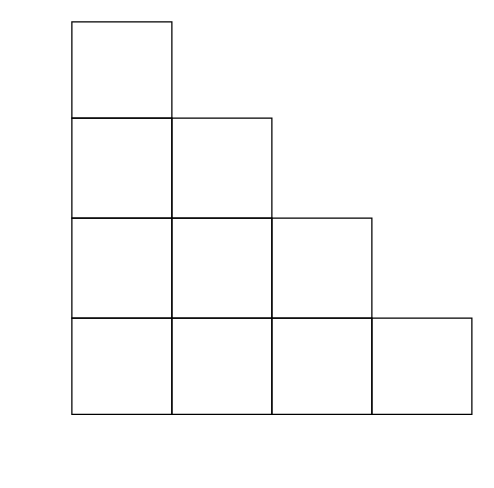
This is matchmaker.drawio from devxpy/draw.io, a draw.io file, before an edit. Source tidied: cells renumbered, new cells numbered last; positions are measured from the earlier drawing's top-left corner, leaving out a move shared by most shapes. Both pictures are drawn from the tidied source at 125%, with x=0, y=0 at pixel (71, 21).
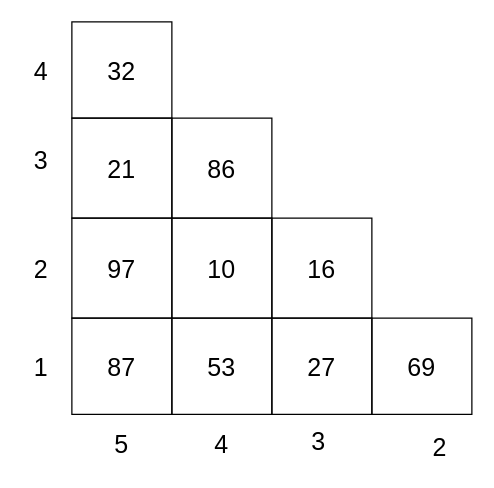
The same page after the edit.

The edit, as a diff of the source:
```diff
@@
 <mxGraphModel>
   <root>
     <mxCell id="0" />
     <mxCell id="1" parent="0" />
-    <mxCell id="2" style="whiteSpace=wrap;html=1;fillColor=none;" parent="1" vertex="1">
+    <mxCell id="2" value="97" style="whiteSpace=wrap;html=1;fillColor=none;fontSize=20;" parent="1" vertex="1">
       <mxGeometry y="157" width="80" height="80" as="geometry" />
     </mxCell>
-    <mxCell id="3" style="whiteSpace=wrap;html=1;fillColor=none;" parent="1" vertex="1">
+    <mxCell id="3" value="21" style="whiteSpace=wrap;html=1;fillColor=none;fontSize=20;" parent="1" vertex="1">
       <mxGeometry y="77" width="80" height="80" as="geometry" />
     </mxCell>
-    <mxCell id="4" style="whiteSpace=wrap;html=1;fillColor=none;" parent="1" vertex="1">
+    <mxCell id="4" value="32" style="whiteSpace=wrap;html=1;fillColor=none;fontSize=20;" parent="1" vertex="1">
       <mxGeometry width="80" height="77" as="geometry" />
     </mxCell>
-    <mxCell id="5" style="whiteSpace=wrap;html=1;fillColor=none;" parent="1" vertex="1">
+    <mxCell id="5" value="87" style="whiteSpace=wrap;html=1;fillColor=none;fontSize=20;" parent="1" vertex="1">
       <mxGeometry y="237" width="80" height="77" as="geometry" />
     </mxCell>
-    <mxCell id="6" style="whiteSpace=wrap;html=1;fillColor=none;" parent="1" vertex="1">
+    <mxCell id="6" value="10" style="whiteSpace=wrap;html=1;fillColor=none;fontSize=20;" parent="1" vertex="1">
       <mxGeometry x="80" y="157" width="80" height="80" as="geometry" />
     </mxCell>
-    <mxCell id="7" style="whiteSpace=wrap;html=1;fillColor=none;" parent="1" vertex="1">
+    <mxCell id="7" value="86" style="whiteSpace=wrap;html=1;fillColor=none;fontSize=20;" parent="1" vertex="1">
       <mxGeometry x="80" y="77" width="80" height="80" as="geometry" />
     </mxCell>
-    <mxCell id="8" style="whiteSpace=wrap;html=1;fillColor=none;" parent="1" vertex="1">
+    <mxCell id="8" value="53" style="whiteSpace=wrap;html=1;fillColor=none;fontSize=20;" parent="1" vertex="1">
       <mxGeometry x="80" y="237" width="80" height="77" as="geometry" />
     </mxCell>
-    <mxCell id="9" style="whiteSpace=wrap;html=1;fillColor=none;" parent="1" vertex="1">
+    <mxCell id="9" value="16" style="whiteSpace=wrap;html=1;fillColor=none;fontSize=20;" parent="1" vertex="1">
       <mxGeometry x="160" y="157" width="80" height="80" as="geometry" />
     </mxCell>
-    <mxCell id="10" style="whiteSpace=wrap;html=1;fillColor=none;" parent="1" vertex="1">
+    <mxCell id="10" value="27" style="whiteSpace=wrap;html=1;fillColor=none;fontSize=20;" parent="1" vertex="1">
       <mxGeometry x="160" y="237" width="80" height="77" as="geometry" />
     </mxCell>
-    <mxCell id="11" style="whiteSpace=wrap;html=1;fillColor=none;" parent="1" vertex="1">
+    <mxCell id="11" value="69" style="whiteSpace=wrap;html=1;fillColor=none;fontSize=20;" parent="1" vertex="1">
       <mxGeometry x="240" y="237" width="80" height="77" as="geometry" />
     </mxCell>
+    <mxCell id="12" value="5" style="text;html=1;strokeColor=none;fillColor=none;align=center;verticalAlign=middle;whiteSpace=wrap;rounded=0;fontSize=20;" parent="1" vertex="1">
+      <mxGeometry x="20" y="327" width="40" height="20" as="geometry" />
+    </mxCell>
+    <mxCell id="13" value="4" style="text;html=1;strokeColor=none;fillColor=none;align=center;verticalAlign=middle;whiteSpace=wrap;rounded=0;fontSize=20;" parent="1" vertex="1">
+      <mxGeometry x="100" y="327" width="40" height="20" as="geometry" />
+    </mxCell>
+    <mxCell id="14" value="3" style="text;html=1;fontSize=20;" parent="1" vertex="1">
+      <mxGeometry x="190" y="317" width="70" height="30" as="geometry" />
+    </mxCell>
+    <mxCell id="15" value="2" style="text;html=1;align=center;verticalAlign=middle;fontSize=20;" parent="1" vertex="1">
+      <mxGeometry x="279" y="325" width="30" height="30" as="geometry" />
+    </mxCell>
+    <mxCell id="16" value="1" style="text;html=1;align=center;verticalAlign=middle;fontSize=20;" parent="1" vertex="1">
+      <mxGeometry x="-40" y="260.5" width="30" height="30" as="geometry" />
+    </mxCell>
+    <mxCell id="17" value="2" style="text;html=1;align=center;verticalAlign=middle;fontSize=20;" parent="1" vertex="1">
+      <mxGeometry x="-40" y="182" width="30" height="30" as="geometry" />
+    </mxCell>
+    <mxCell id="18" value="3" style="text;html=1;align=center;verticalAlign=middle;fontSize=20;" parent="1" vertex="1">
+      <mxGeometry x="-40" y="95" width="30" height="30" as="geometry" />
+    </mxCell>
+    <mxCell id="19" value="4" style="text;html=1;align=center;verticalAlign=middle;fontSize=20;" parent="1" vertex="1">
+      <mxGeometry x="-40" y="23.5" width="30" height="30" as="geometry" />
+    </mxCell>
   </root>
 </mxGraphModel>
```
